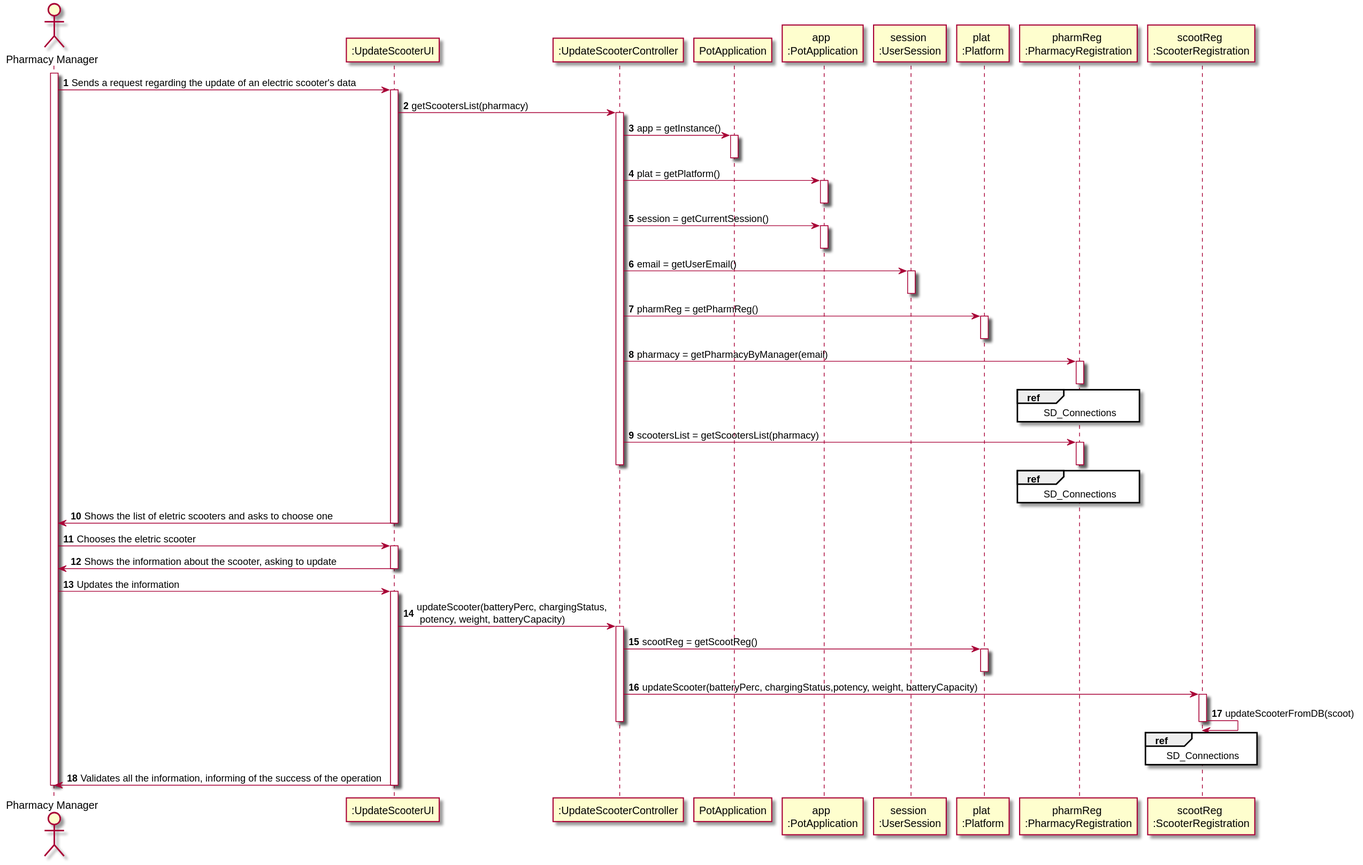
This is docs/Iteration 1/Scooter Management/US32_UpdateScooter/US32_SD.svg from tiagoavcosta25/LAPR3, a PlantUML export, as it was before one commit.
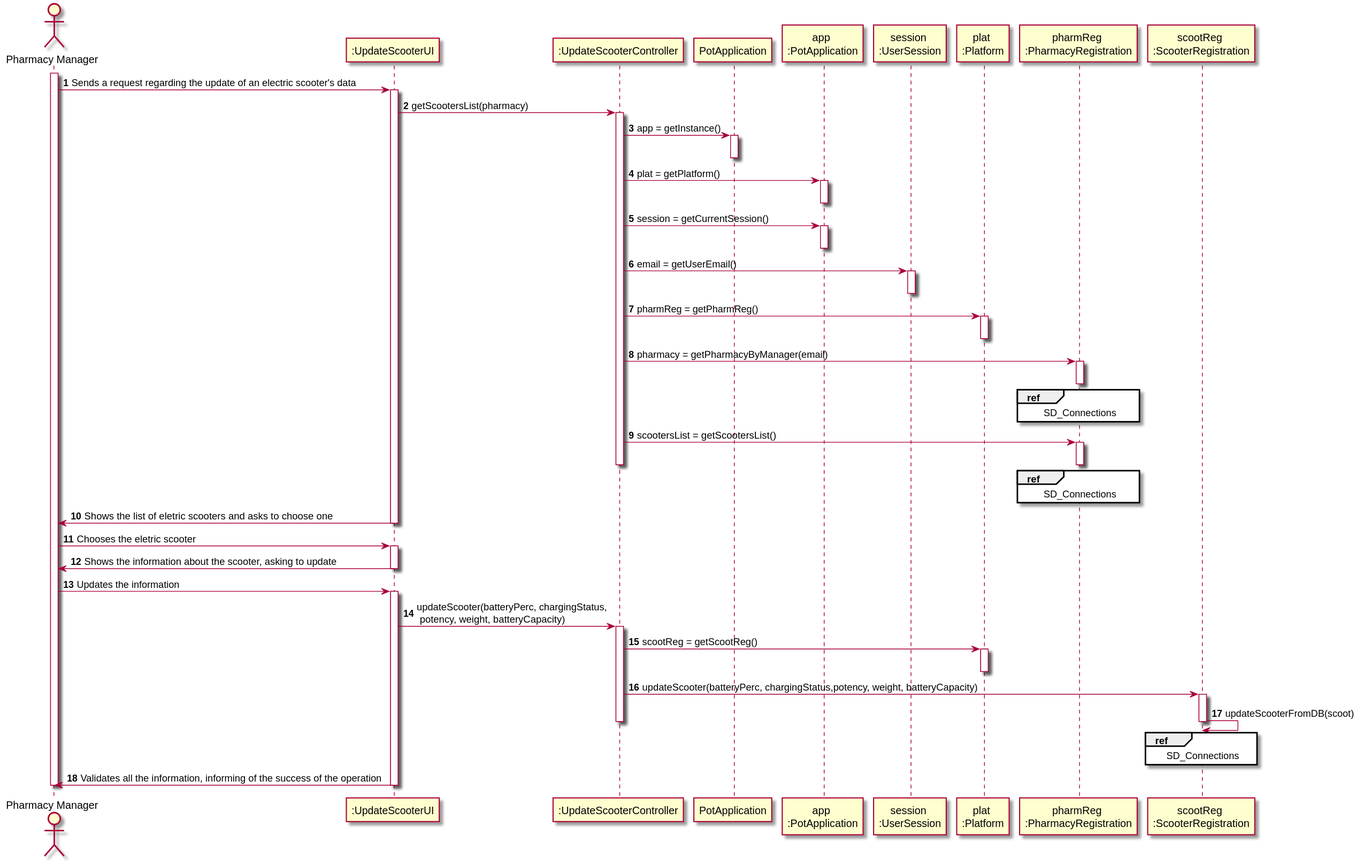
Later version of the same file.

The edit, as a diff of the source:
```diff
@@ -40,7 +40,7 @@
 SD_Connections
 end ref
 deactivate PH
-CTRL -> PH : scootersList = getScootersList(pharmacy)
+CTRL -> PH : scootersList = getScootersList()
 activate PH
 ref over PH
 SD_Connections
```
